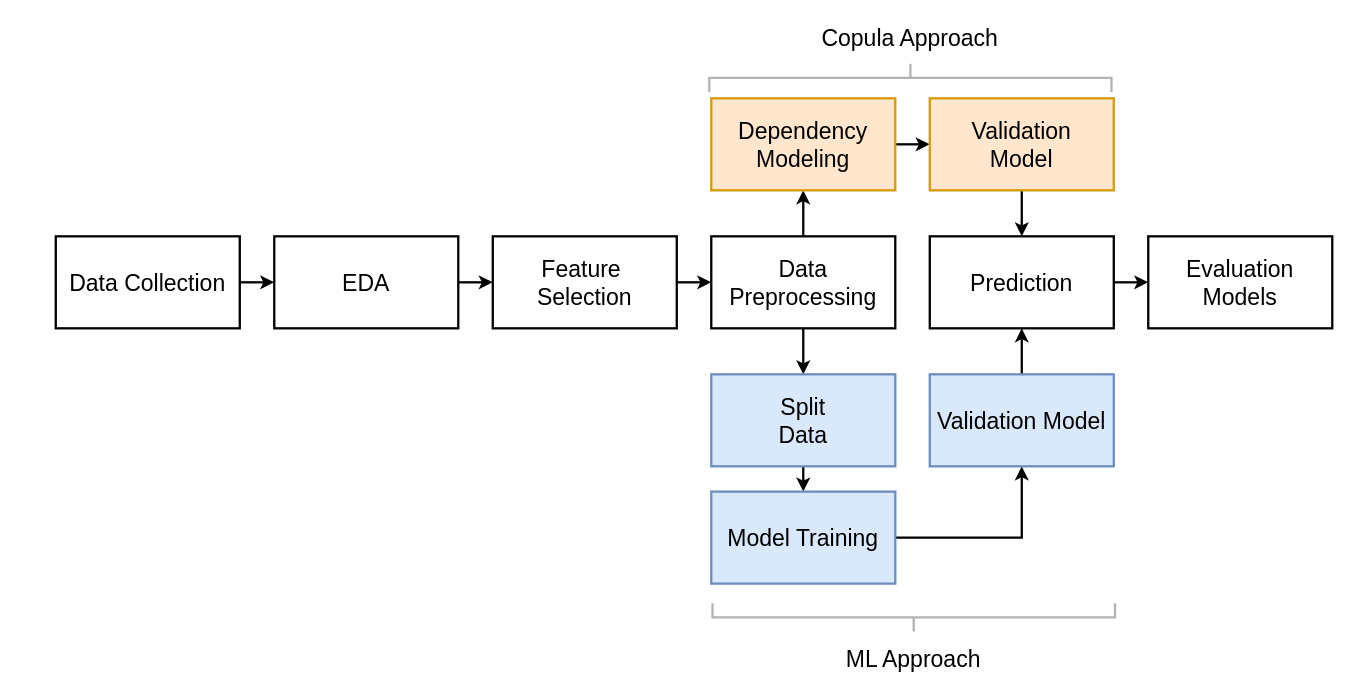
The draw.io diagram coopulas_flow.drawio in heberallin/copulas, before the edit. Source tidied: cells renumbered, new cells numbered last; positions are measured from the earlier drawing's top-left corner, leaving out a move shared by most shapes. Both pictures are drawn from the tidied source at 115%, with x=0, y=0 at pixel (55, -124).
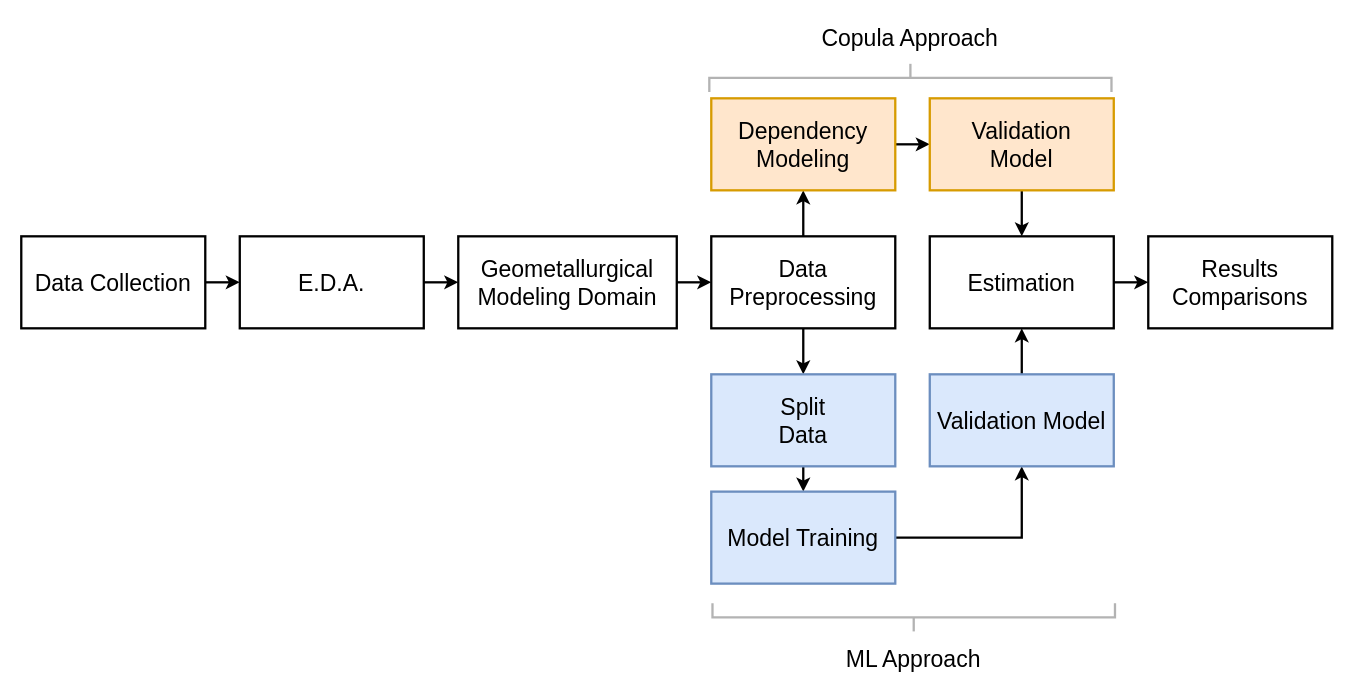
The same diagram, later.

Change to the diagram source:
```diff
@@
     <mxCell id="3" value="&lt;span style=&quot;font-size: 20px;&quot;&gt;Data Collection&lt;/span&gt;" style="rounded=0;whiteSpace=wrap;html=1;fontSize=20;strokeWidth=2;" parent="1" vertex="1">
-      <mxGeometry y="313" width="160" height="80" as="geometry" />
+      <mxGeometry x="-30" y="313" width="160" height="80" as="geometry" />
     </mxCell>
@@
-    <mxCell id="5" value="&lt;span style=&quot;font-size: 20px;&quot;&gt;EDA&lt;/span&gt;" style="rounded=0;whiteSpace=wrap;html=1;fontSize=20;strokeWidth=2;" parent="1" vertex="1">
-      <mxGeometry x="190" y="313" width="160" height="80" as="geometry" />
+    <mxCell id="5" value="&lt;span style=&quot;font-size: 20px;&quot;&gt;E.D.A.&lt;/span&gt;" style="rounded=0;whiteSpace=wrap;html=1;fontSize=20;strokeWidth=2;" parent="1" vertex="1">
+      <mxGeometry x="160" y="313" width="160" height="80" as="geometry" />
     </mxCell>
@@
-    <mxCell id="7" value="&lt;span style=&quot;font-size: 20px;&quot;&gt;Feature&amp;nbsp;&lt;/span&gt;&lt;div style=&quot;font-size: 20px;&quot;&gt;Selection&lt;/div&gt;" style="rounded=0;whiteSpace=wrap;html=1;fontSize=20;strokeWidth=2;" parent="1" vertex="1">
-      <mxGeometry x="380" y="313" width="160" height="80" as="geometry" />
+    <mxCell id="7" value="&lt;div style=&quot;font-size: 20px;&quot;&gt;Geometallurgical Modeling Domain&lt;/div&gt;" style="rounded=0;whiteSpace=wrap;html=1;fontSize=20;strokeWidth=2;" parent="1" vertex="1">
+      <mxGeometry x="350" y="313" width="190" height="80" as="geometry" />
     </mxCell>
@@
-    <mxCell id="18" value="&lt;span style=&quot;font-size: 20px;&quot;&gt;Prediction&lt;/span&gt;" style="rounded=0;whiteSpace=wrap;html=1;fontSize=20;strokeWidth=2;" parent="1" vertex="1">
+    <mxCell id="18" value="&lt;span style=&quot;font-size: 20px;&quot;&gt;Estimation&lt;/span&gt;" style="rounded=0;whiteSpace=wrap;html=1;fontSize=20;strokeWidth=2;" parent="1" vertex="1">
       <mxGeometry x="760" y="313" width="160" height="80" as="geometry" />
     </mxCell>
@@
     <mxCell id="25" style="strokeWidth=2;html=1;shape=mxgraph.flowchart.annotation_2;align=left;labelPosition=right;rotation=-90;strokeColor=#B3B3B3;" parent="1" vertex="1">
-      <mxGeometry x="733.8" y="469.4" width="24.5" height="350" as="geometry" />
+      <mxGeometry x="733.8" y="469.3" width="24.5" height="350" as="geometry" />
     </mxCell>
@@
-    <mxCell id="27" value="&lt;span style=&quot;font-size: 20px;&quot;&gt;Evaluation Models&lt;/span&gt;" style="rounded=0;whiteSpace=wrap;html=1;fontSize=20;strokeWidth=2;" parent="1" vertex="1">
+    <mxCell id="27" value="Results Comparisons" style="rounded=0;whiteSpace=wrap;html=1;fontSize=20;strokeWidth=2;" parent="1" vertex="1">
       <mxGeometry x="950" y="313" width="160" height="80" as="geometry" />
     </mxCell>
```
